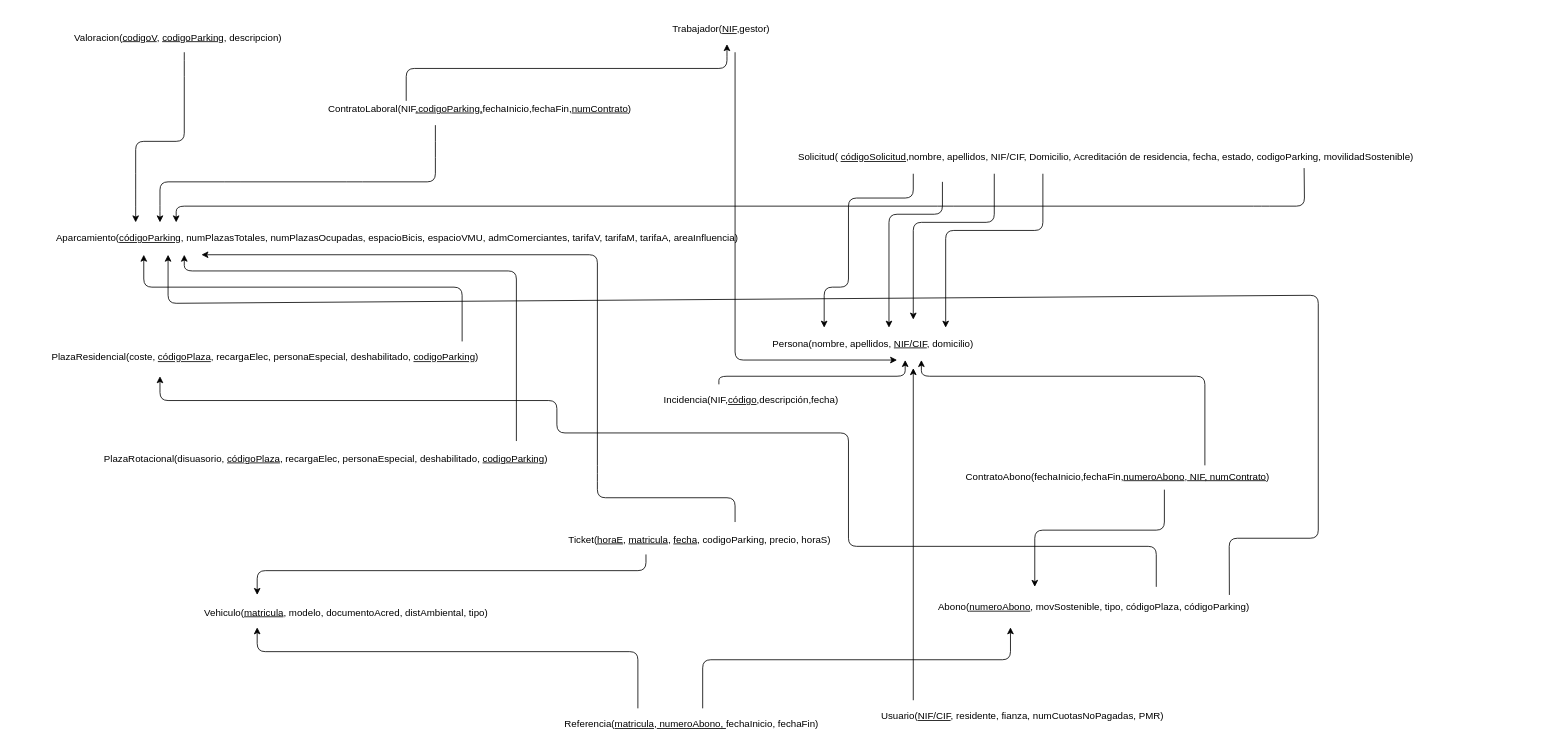
HylianPablo/ADBD keeps this draw.io diagram as diagrama_relacional.drawio. Above is the earlier version. Source tidied: cells renumbered, new cells numbered last; positions are measured from the earlier drawing's top-left corner, leaving out a move shared by most shapes. Both pictures are drawn from the tidied source at 81%, with x=0, y=0 at pixel (14, 19).
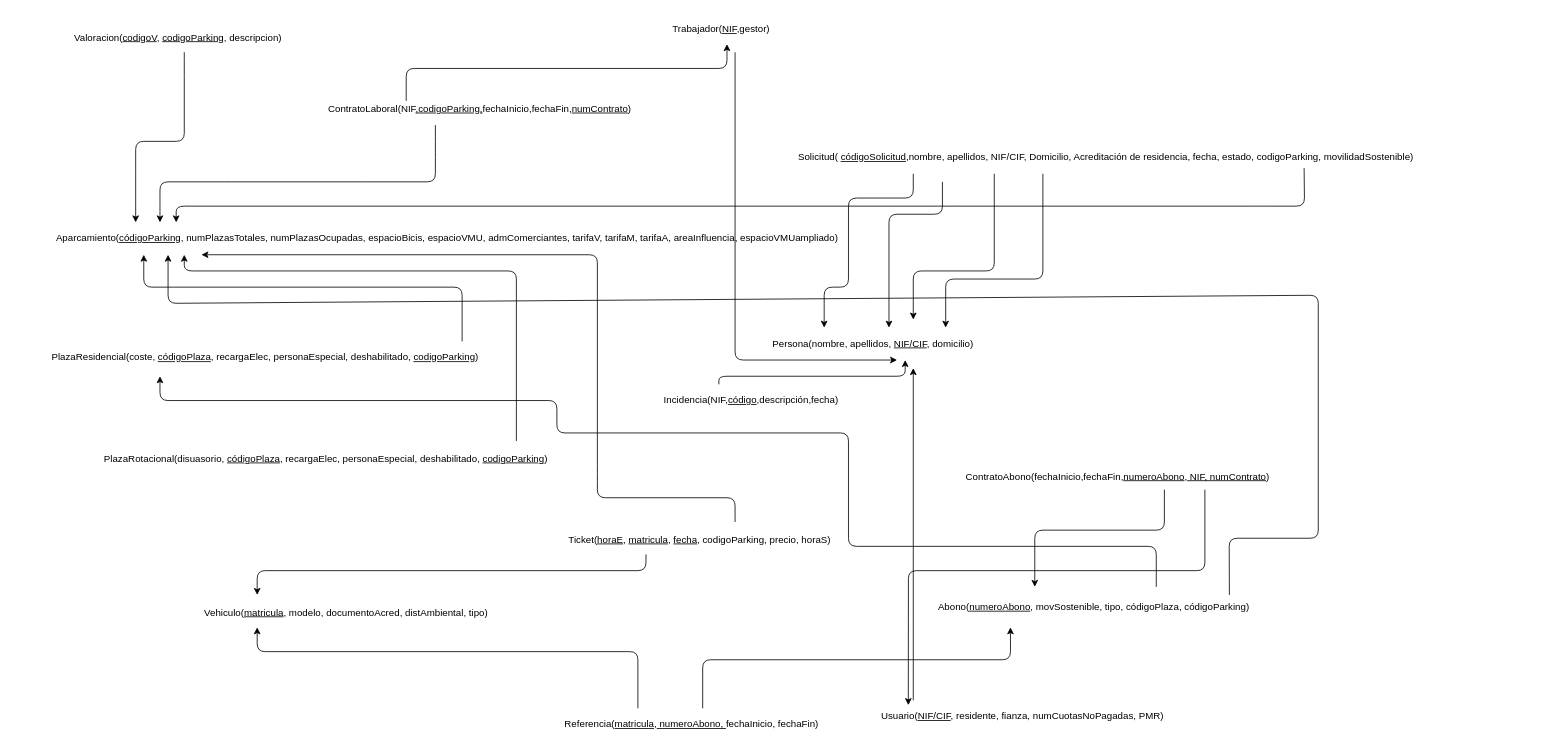
The same diagram, later.

The change refers to these unchanged cells:
```xml
<mxCell id="8" value="&lt;span style=&quot;text-decoration: none&quot;&gt;Usuario(&lt;/span&gt;&lt;span style=&quot;text-decoration: none&quot;&gt;&lt;u&gt;NIF/CIF&lt;/u&gt;, residente, fianza, numCuotasNoPagadas, PMR)&lt;/span&gt;" style="text;html=1;strokeColor=none;fillColor=none;align=center;verticalAlign=middle;whiteSpace=wrap;rounded=0;" parent="1" vertex="1">
  <mxGeometry x="1000" y="850" width="490" height="20" as="geometry" />
</mxCell>
```

The edit, as a diff of the source:
```diff
@@
-    <mxCell id="3" value="&lt;div align=&quot;left&quot;&gt;&lt;span style=&quot;text-decoration: none&quot;&gt;Aparcamiento(&lt;/span&gt;&lt;u&gt;códigoParking&lt;/u&gt;&lt;span style=&quot;text-decoration: none&quot;&gt;,&lt;/span&gt;&lt;span style=&quot;text-decoration: none&quot;&gt; numPlazasTotales, numPlazasOcupadas,&lt;/span&gt;&lt;span style=&quot;text-decoration: none&quot;&gt;&amp;nbsp;espacioBicis, espacioVMU, admComerciantes, tarifaV, tarifaM, tarifaA&lt;/span&gt;&lt;span style=&quot;text-decoration: none&quot;&gt;, areaInfluencia)&lt;/span&gt;&lt;/div&gt;" style="text;html=1;align=left;verticalAlign=top;spacingTop=-4;" parent="1" vertex="1">
-      <mxGeometry x="50" y="260" width="980" height="20" as="geometry" />
+    <mxCell id="3" value="&lt;div align=&quot;left&quot;&gt;&lt;span style=&quot;text-decoration: none&quot;&gt;Aparcamiento(&lt;/span&gt;&lt;u&gt;códigoParking&lt;/u&gt;&lt;span style=&quot;text-decoration: none&quot;&gt;,&lt;/span&gt;&lt;span style=&quot;text-decoration: none&quot;&gt; numPlazasTotales, numPlazasOcupadas,&lt;/span&gt;&lt;span style=&quot;text-decoration: none&quot;&gt;&amp;nbsp;espacioBicis, espacioVMU, admComerciantes, tarifaV, tarifaM, tarifaA&lt;/span&gt;&lt;span style=&quot;text-decoration: none&quot;&gt;, areaInfluencia, espacioVMUampliado)&lt;/span&gt;&lt;/div&gt;" style="text;html=1;align=left;verticalAlign=top;spacingTop=-4;" parent="1" vertex="1">
+      <mxGeometry x="50" y="260" width="1120" height="20" as="geometry" />
     </mxCell>
@@
-    <mxCell id="17" style="endArrow=classic;html=1;" parent="1" edge="1">
+    <mxCell id="17" style="endArrow=classic;html=1;entryX=0.212;entryY=-0.2;entryDx=0;entryDy=0;entryPerimeter=0;" parent="1" edge="1" target="8">
       <mxGeometry relative="1" as="geometry">
-        <mxPoint x="1470" y="550" as="sourcePoint" />
-        <mxPoint x="1120" y="420" as="targetPoint" />
+        <mxPoint x="1470" y="580" as="sourcePoint" />
         <Array as="points">
-          <mxPoint x="1470" y="440" />
-          <mxPoint x="1120" y="440" />
+          <mxPoint x="1470" y="680" />
+          <mxPoint x="1104" y="680" />
         </Array>
       </mxGeometry>
     </mxCell>
@@
     <mxCell id="30" style="endArrow=classic;html=1;" parent="1" edge="1">
       <mxGeometry relative="1" as="geometry">
         <mxPoint x="1210" y="190" as="sourcePoint" />
         <mxPoint x="1110" y="370" as="targetPoint" />
         <Array as="points">
-          <mxPoint x="1210" y="250" />
-          <mxPoint x="1110" y="250" />
+          <mxPoint x="1210" y="310" />
+          <mxPoint x="1110" y="310" />
         </Array>
       </mxGeometry>
     </mxCell>
     <mxCell id="31" style="endArrow=classic;html=1;" parent="1" edge="1">
       <mxGeometry relative="1" as="geometry">
         <mxPoint x="1270" y="190" as="sourcePoint" />
         <mxPoint x="1150" y="380" as="targetPoint" />
         <Array as="points">
-          <mxPoint x="1270" y="260" />
-          <mxPoint x="1150" y="260" />
+          <mxPoint x="1270" y="320" />
+          <mxPoint x="1150" y="320" />
         </Array>
       </mxGeometry>
     </mxCell>
```
